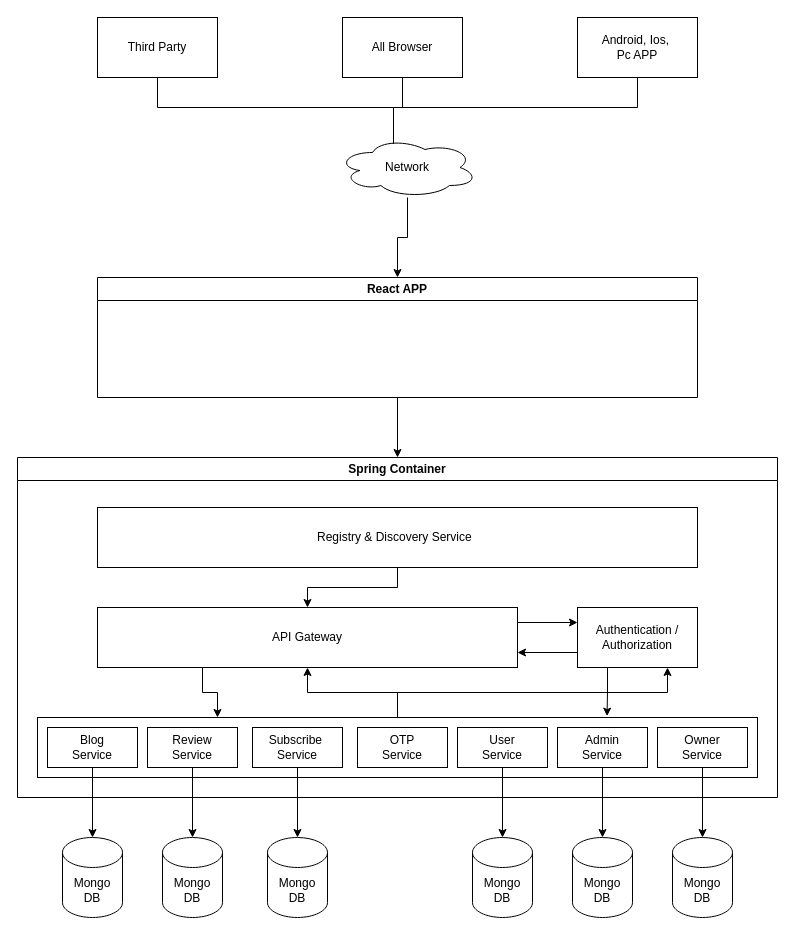
This is Untitled Diagram.drawio from JavaCoderSubham/Blog-Backend, a draw.io file, before an edit. Source tidied: cells renumbered, new cells numbered last; positions are measured from the earlier drawing's top-left corner, leaving out a move shared by most shapes. Both pictures are drawn from the tidied source at 100%, with x=0, y=0 at pixel (17, 17).
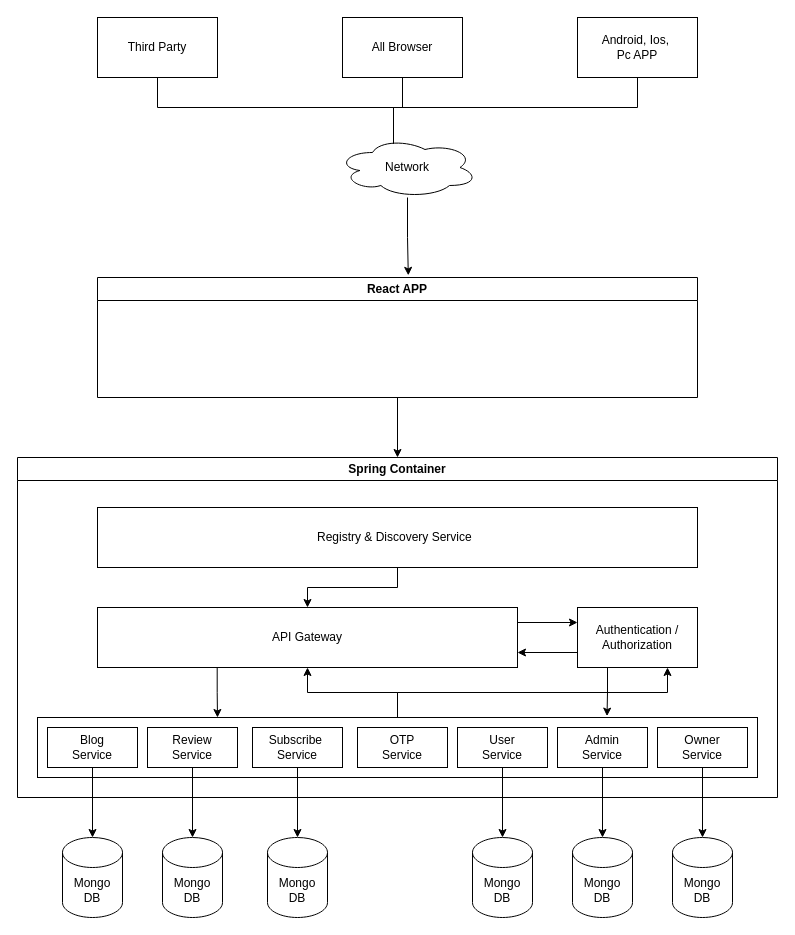
After the change.

Commit message:
blog design v.1.2

Unchanged cells that the change refers to:
```xml
<mxCell id="6" value="Network" style="ellipse;shape=cloud;whiteSpace=wrap;html=1;" parent="1" vertex="1">
  <mxGeometry x="320" y="120" width="140" height="60" as="geometry" />
</mxCell>
<mxCell id="11" value="React APP" style="swimlane;whiteSpace=wrap;html=1;" parent="1" vertex="1">
  <mxGeometry x="80" y="260" width="600" height="120" as="geometry" />
</mxCell>
<mxCell id="12" value="Spring Container" style="swimlane;whiteSpace=wrap;html=1;" parent="1" vertex="1">
  <mxGeometry y="440" width="760" height="340" as="geometry" />
</mxCell>
<mxCell id="17" value="API Gateway" style="rounded=0;whiteSpace=wrap;html=1;" parent="12" vertex="1">
  <mxGeometry x="80" y="150" width="420" height="60" as="geometry" />
</mxCell>
<mxCell id="23" style="rounded=0;whiteSpace=wrap;html=1;" parent="12" vertex="1">
  <mxGeometry x="20" y="260" width="720" height="60" as="geometry" />
</mxCell>
```

Diff of the diagram source:
```diff
@@
-    <mxCell id="5" style="edgeStyle=orthogonalEdgeStyle;rounded=0;jettySize=auto;html=1;entryX=0.5;entryY=0;entryDx=0;entryDy=0;" parent="1" edge="1" source="6" target="11">
+    <mxCell id="5" style="edgeStyle=orthogonalEdgeStyle;rounded=0;jettySize=auto;html=1;entryX=0.518;entryY=-0.018;entryDx=0;entryDy=0;entryPerimeter=0;" parent="1" edge="1" source="6" target="11">
       <mxGeometry relative="1" as="geometry" />
     </mxCell>
@@
-    <mxCell id="16" style="edgeStyle=orthogonalEdgeStyle;rounded=0;jettySize=auto;html=1;exitX=0.25;exitY=1;exitDx=0;exitDy=0;entryX=0.25;entryY=0;entryDx=0;entryDy=0;" parent="12" edge="1" source="17" target="23">
+    <mxCell id="16" style="edgeStyle=orthogonalEdgeStyle;rounded=0;jettySize=auto;html=1;exitX=0.285;exitY=0.983;exitDx=0;exitDy=0;entryX=0.25;entryY=0;entryDx=0;entryDy=0;exitPerimeter=0;" parent="12" edge="1" source="17" target="23">
       <mxGeometry relative="1" as="geometry" />
     </mxCell>
```
